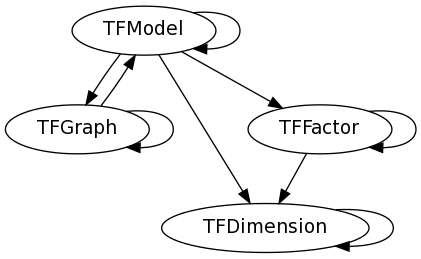
Above: doc/tft/graph.png in atcemgil/tft (Graphviz), before the change. Its source is kept beside it as doc/tft/graph.dot.
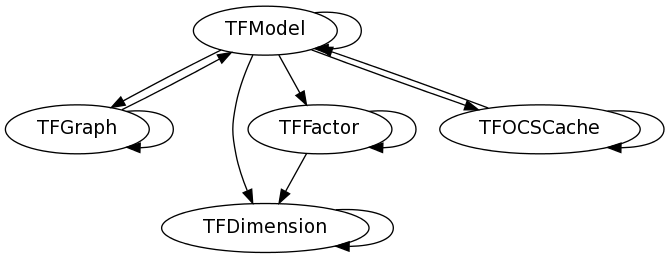
The same file after the commit.

Change to the diagram source:
```diff
@@ -9,9 +9,13 @@
   TFModel -> TFFactor;
   TFModel -> TFGraph;
   TFModel -> TFModel;
+  TFModel -> TFOCSCache;
+  TFOCSCache -> TFModel;
+  TFOCSCache -> TFOCSCache;
 
   TFDimension [URL="TFDimension.html"];
   TFFactor [URL="TFFactor.html"];
   TFGraph [URL="TFGraph.html"];
   TFModel [URL="TFModel.html"];
+  TFOCSCache [URL="TFOCSCache.html"];
 }
```
